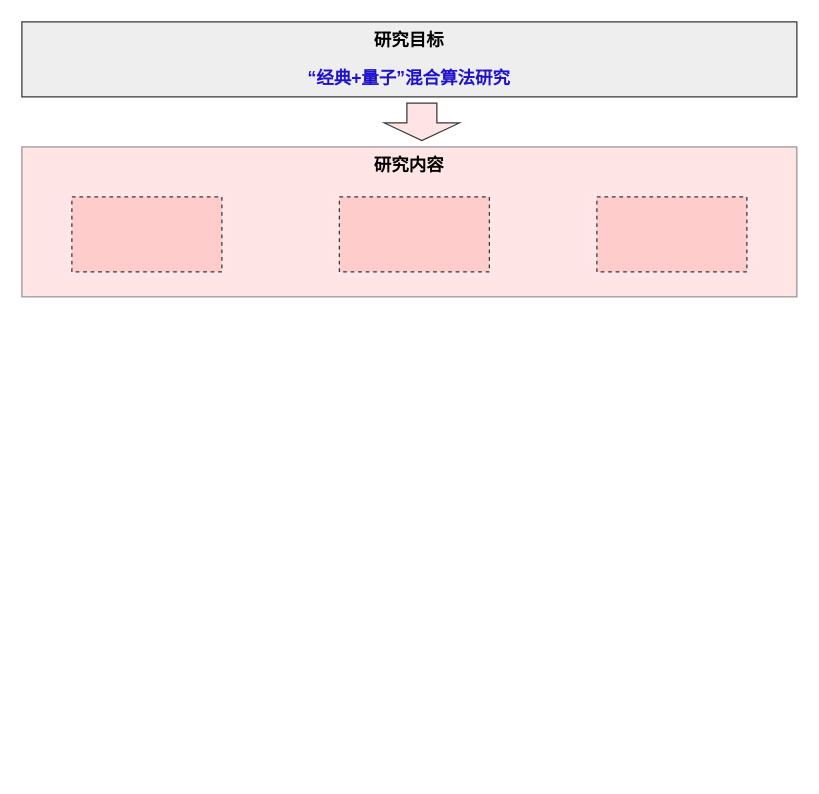
This is 应用算法和演示验证（复旦）.drawio from zhaohuiyang-yzh/quantum_simulation, a draw.io file, before an edit. Source tidied: cells renumbered, new cells numbered last; positions are measured from the earlier drawing's top-left corner, leaving out a move shared by most shapes. Both pictures are drawn from the tidied source at 125%, with x=0, y=0 at pixel (21, 21).
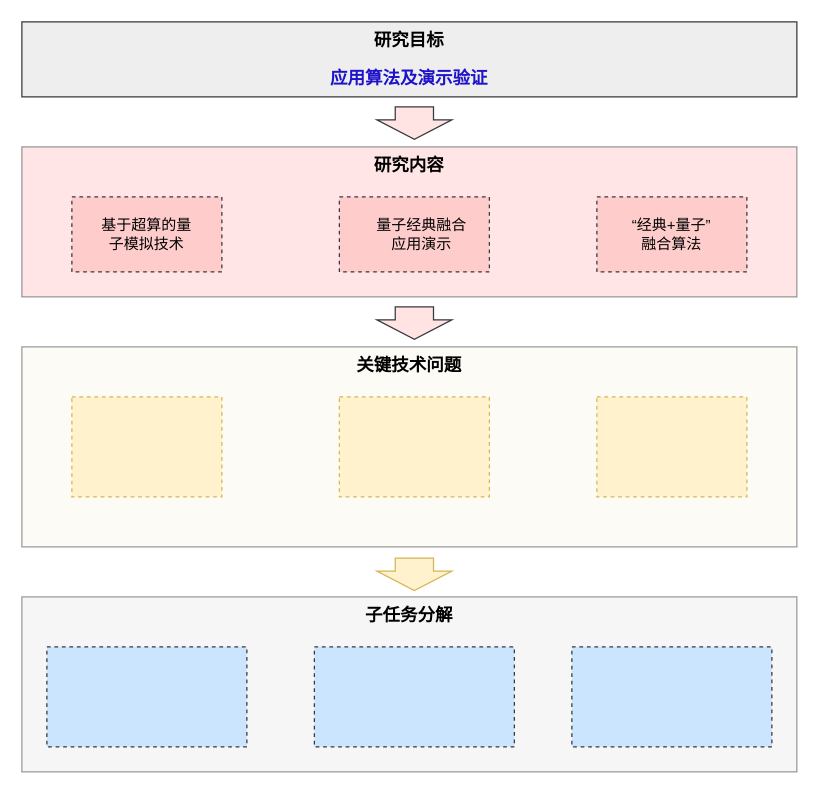
The same page after the edit.

Commit message (it also covers changes not shown here):
更新应用算法和演示验证（复旦）.drawio

The edit, as a diff of the source:
```diff
@@
-    <mxCell id="4" value="&lt;span style=&quot;font-size: 14px;&quot;&gt;&lt;b&gt;&lt;font color=&quot;#1e12cb&quot;&gt;“经典+量子”混合算法研究&lt;/font&gt;&lt;/b&gt;&lt;/span&gt;" style="text;html=1;align=center;verticalAlign=middle;whiteSpace=wrap;rounded=0;" parent="1" vertex="1">
+    <mxCell id="4" value="&lt;span style=&quot;font-size: 14px;&quot;&gt;&lt;b&gt;&lt;font color=&quot;#1e12cb&quot;&gt;应用算法及演示验证&lt;/font&gt;&lt;/b&gt;&lt;/span&gt;" style="text;html=1;align=center;verticalAlign=middle;whiteSpace=wrap;rounded=0;" parent="1" vertex="1">
       <mxGeometry x="105" y="30" width="410" height="30" as="geometry" />
     </mxCell>
@@
-    <mxCell id="7" style="html=1;shadow=0;dashed=0;align=center;verticalAlign=middle;shape=mxgraph.arrows2.arrow;dy=0.6;dx=14.14;direction=south;notch=0;fillColor=#FFE4E3;strokeColor=#36393d;" parent="1" vertex="1">
-      <mxGeometry x="290" y="65" width="60" height="30" as="geometry" />
-    </mxCell>
@@
+    <mxCell id="11" value="基于超算的量子模拟技术" style="text;html=1;align=center;verticalAlign=middle;whiteSpace=wrap;rounded=0;" parent="1" vertex="1">
+      <mxGeometry x="60" y="155" width="80" height="30" as="geometry" />
+    </mxCell>
+    <mxCell id="12" value="量子经典融合应用演示" style="text;html=1;align=center;verticalAlign=middle;whiteSpace=wrap;rounded=0;" parent="1" vertex="1">
+      <mxGeometry x="280" y="155" width="80" height="30" as="geometry" />
+    </mxCell>
+    <mxCell id="13" value="“经典+量子” 融合算法" style="text;html=1;align=center;verticalAlign=middle;whiteSpace=wrap;rounded=0;" parent="1" vertex="1">
+      <mxGeometry x="480" y="155" width="80" height="30" as="geometry" />
+    </mxCell>
+    <mxCell id="14" style="html=1;shadow=0;dashed=0;align=center;verticalAlign=middle;shape=mxgraph.arrows2.arrow;dy=0.49;dx=15.66;direction=south;notch=0;fillColor=#FFE4E3;strokeColor=#36393d;" parent="1" vertex="1">
+      <mxGeometry x="284" y="228" width="60" height="26" as="geometry" />
+    </mxCell>
+    <mxCell id="15" style="rounded=0;whiteSpace=wrap;html=1;opacity=50;fillColor=#f9f7ed;strokeColor=#36393d;" parent="1" vertex="1">
+      <mxGeometry y="260" width="620" height="160" as="geometry" />
+    </mxCell>
+    <mxCell id="16" value="&lt;span style=&quot;font-size: 14px;&quot;&gt;&lt;b&gt;关键技术问题&lt;/b&gt;&lt;/span&gt;" style="text;html=1;align=center;verticalAlign=middle;whiteSpace=wrap;rounded=0;" parent="1" vertex="1">
+      <mxGeometry x="265" y="260" width="90" height="30" as="geometry" />
+    </mxCell>
+    <mxCell id="17" style="rounded=0;whiteSpace=wrap;html=1;fillColor=#fff2cc;strokeColor=#d6b656;dashed=1;" parent="1" vertex="1">
+      <mxGeometry x="40" y="300" width="120" height="80" as="geometry" />
+    </mxCell>
+    <mxCell id="18" style="rounded=0;whiteSpace=wrap;html=1;fillColor=#fff2cc;strokeColor=#d6b656;dashed=1;" parent="1" vertex="1">
+      <mxGeometry x="254" y="300" width="120" height="80" as="geometry" />
+    </mxCell>
+    <mxCell id="19" style="rounded=0;whiteSpace=wrap;html=1;fillColor=#fff2cc;strokeColor=#d6b656;dashed=1;" parent="1" vertex="1">
+      <mxGeometry x="460" y="300" width="120" height="80" as="geometry" />
+    </mxCell>
+    <mxCell id="20" style="rounded=0;whiteSpace=wrap;html=1;opacity=50;fillColor=#eeeeee;strokeColor=#36393d;" parent="1" vertex="1">
+      <mxGeometry y="460" width="620" height="140" as="geometry" />
+    </mxCell>
+    <mxCell id="21" value="&lt;span style=&quot;font-size: 14px;&quot;&gt;&lt;b&gt;子任务分解&lt;/b&gt;&lt;/span&gt;" style="text;html=1;align=center;verticalAlign=middle;whiteSpace=wrap;rounded=0;" parent="1" vertex="1">
+      <mxGeometry x="265" y="460" width="90" height="30" as="geometry" />
+    </mxCell>
+    <mxCell id="22" style="html=1;shadow=0;dashed=0;align=center;verticalAlign=middle;shape=mxgraph.arrows2.arrow;dy=0.49;dx=15.66;direction=south;notch=0;fillColor=#FFE4E3;strokeColor=#36393d;" parent="1" vertex="1">
+      <mxGeometry x="284" y="68" width="60" height="26" as="geometry" />
+    </mxCell>
+    <mxCell id="23" style="html=1;shadow=0;dashed=0;align=center;verticalAlign=middle;shape=mxgraph.arrows2.arrow;dy=0.49;dx=15.66;direction=south;notch=0;fillColor=#fff2cc;strokeColor=#d6b656;" parent="1" vertex="1">
+      <mxGeometry x="284" y="429" width="60" height="26" as="geometry" />
+    </mxCell>
+    <mxCell id="24" style="rounded=0;whiteSpace=wrap;html=1;fillColor=#cce5ff;strokeColor=#36393d;dashed=1;" parent="1" vertex="1">
+      <mxGeometry x="20" y="500" width="160" height="80" as="geometry" />
+    </mxCell>
+    <mxCell id="25" style="rounded=0;whiteSpace=wrap;html=1;fillColor=#cce5ff;strokeColor=#36393d;dashed=1;" parent="1" vertex="1">
+      <mxGeometry x="234" y="500" width="160" height="80" as="geometry" />
+    </mxCell>
+    <mxCell id="26" style="rounded=0;whiteSpace=wrap;html=1;fillColor=#cce5ff;strokeColor=#36393d;dashed=1;" parent="1" vertex="1">
+      <mxGeometry x="440" y="500" width="160" height="80" as="geometry" />
+    </mxCell>
```
